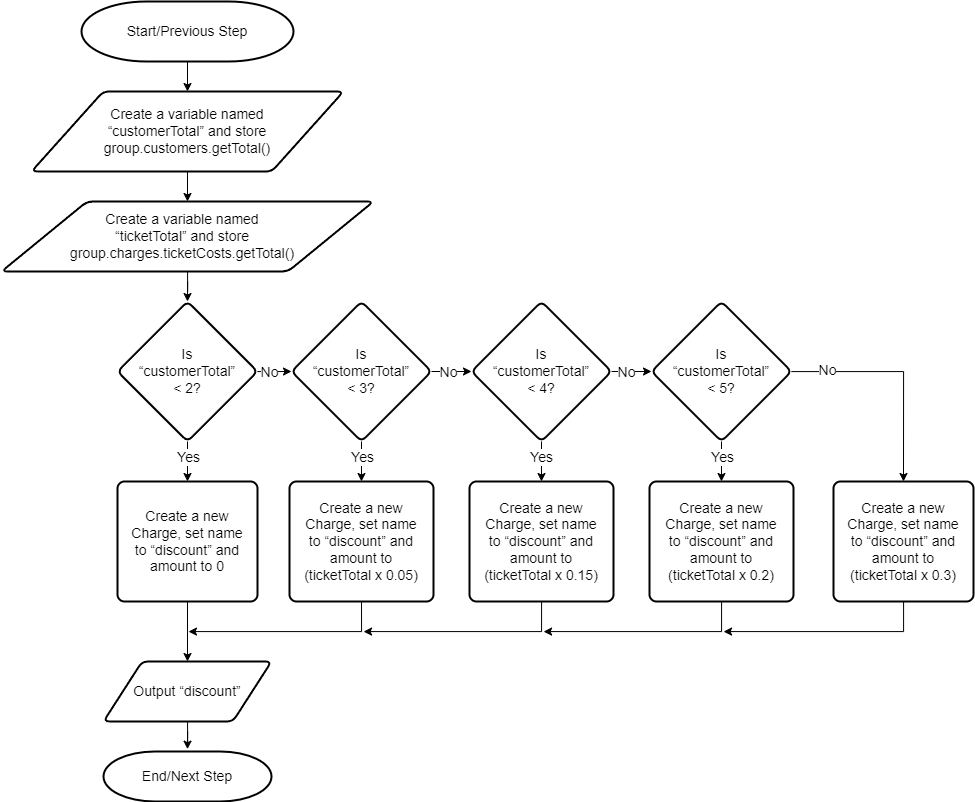
This is APS145NFF/W5/logic3-Luca Novello_part3.png from lucanovello/Winter-2024, a draw.io export, as it was before one commit. Source tidied: cells renumbered, new cells last; positions are measured from the earlier drawing's top-left corner, leaving out a move shared by most shapes.
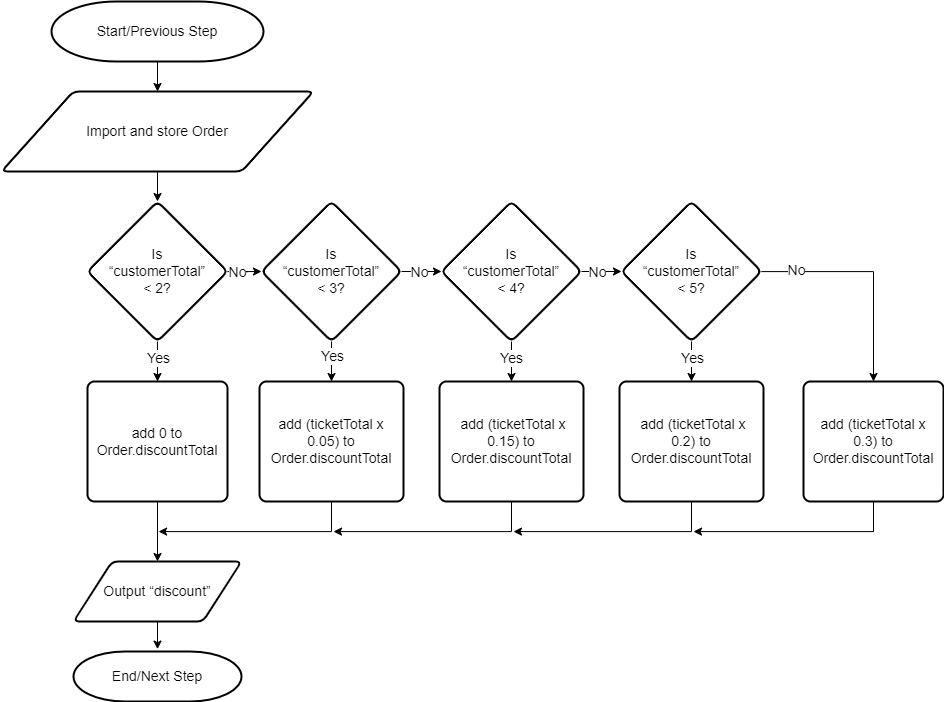
After the commit.

What changed in the source:
```diff
@@ -3,23 +3,17 @@
     <mxCell id="0" />
     <mxCell id="1" parent="0" />
     <mxCell id="2" value="Start/Previous Step" style="strokeWidth=2;html=1;shape=mxgraph.flowchart.terminator;whiteSpace=wrap;spacing=10;spacingTop=0;spacingBottom=0;spacingLeft=0;spacingRight=0;fontSize=14;fontFamily=Helvetica;" parent="1" vertex="1">
-      <mxGeometry x="80" width="212" height="60" as="geometry" />
+      <mxGeometry x="80" y="100" width="212" height="60" as="geometry" />
     </mxCell>
     <mxCell id="3" style="endArrow=classic;html=1;rounded=0;exitX=0.5;exitY=1;exitDx=0;exitDy=0;exitPerimeter=0;entryX=0.5;entryY=0;entryDx=0;entryDy=0;fontSize=14;spacing=10;spacingTop=0;spacingLeft=0;spacingBottom=0;spacingRight=0;shadow=0;fontFamily=Helvetica;" parent="1" edge="1" source="2" target="5">
       <mxGeometry relative="1" as="geometry" />
     </mxCell>
-    <mxCell id="4" style="edgeStyle=orthogonalEdgeStyle;rounded=0;jettySize=auto;html=1;entryX=0.5;entryY=0;entryDx=0;entryDy=0;spacing=10;spacingTop=0;spacingBottom=0;spacingLeft=0;spacingRight=0;fontSize=14;exitX=0.5;exitY=1;exitDx=0;exitDy=0;shadow=0;fontFamily=Helvetica;" parent="1" edge="1" source="5" target="7">
-      <mxGeometry relative="1" as="geometry" />
-    </mxCell>
+    <mxCell id="41" style="edgeStyle=orthogonalEdgeStyle;rounded=0;jettySize=auto;html=1;" parent="1" edge="1" source="5" target="12">
+      <mxGeometry relative="1" as="geometry" />
+    </mxCell>
-    <mxCell id="5" value="&lt;div&gt;Create a variable named “customerTotal” and store group.customers.getTotal()&lt;/div&gt;&lt;div style=&quot;font-size: 14px;&quot;&gt;&lt;/div&gt;" style="shape=parallelogram;html=1;strokeWidth=2;perimeter=parallelogramPerimeter;whiteSpace=wrap;rounded=1;arcSize=12;size=0.23;spacingLeft=30;spacingRight=30;spacing=10;fontSize=14;spacingTop=0;spacingBottom=0;fontFamily=Helvetica;" parent="1" vertex="1">
-      <mxGeometry x="30" y="90" width="312" height="80" as="geometry" />
+    <mxCell id="5" value="&lt;div&gt;&lt;span id=&quot;docs-internal-guid-c15a8d08-7fff-c43d-7457-2aff1bdf36c7&quot;&gt;&lt;/span&gt;Import and store Order&lt;/div&gt;&lt;div style=&quot;font-size: 14px;&quot;&gt;&lt;/div&gt;" style="shape=parallelogram;html=1;strokeWidth=2;perimeter=parallelogramPerimeter;whiteSpace=wrap;rounded=1;arcSize=12;size=0.23;spacingLeft=30;spacingRight=30;spacing=10;fontSize=14;spacingTop=0;spacingBottom=0;fontFamily=Helvetica;" parent="1" vertex="1">
+      <mxGeometry x="30" y="190" width="312" height="80" as="geometry" />
     </mxCell>
-    <mxCell id="6" style="edgeStyle=orthogonalEdgeStyle;rounded=0;jettySize=auto;html=1;spacing=10;spacingTop=0;spacingBottom=0;spacingLeft=0;spacingRight=0;fontSize=14;shadow=0;fontFamily=Helvetica;entryX=0.5;entryY=0;entryDx=0;entryDy=0;" parent="1" edge="1" source="7" target="12">
-      <mxGeometry relative="1" as="geometry" />
-    </mxCell>
-    <mxCell id="7" value="&lt;div&gt;Create a variable named “ticketTotal” and store group.charges.ticketCosts.getTotal()&lt;/div&gt;" style="shape=parallelogram;html=1;strokeWidth=2;perimeter=parallelogramPerimeter;whiteSpace=wrap;rounded=1;arcSize=12;size=0.23;spacing=10;spacingTop=0;spacingBottom=0;spacingLeft=60;spacingRight=70;fontSize=14;align=center;fontFamily=Helvetica;" parent="1" vertex="1">
-      <mxGeometry y="200" width="372" height="70" as="geometry" />
-    </mxCell>
     <mxCell id="8" style="edgeStyle=orthogonalEdgeStyle;rounded=0;jettySize=auto;html=1;entryX=0;entryY=0.5;entryDx=0;entryDy=0;spacing=10;spacingTop=0;spacingBottom=0;spacingLeft=0;spacingRight=0;fontSize=14;shadow=0;fontFamily=Helvetica;" parent="1" edge="1" source="12" target="27">
       <mxGeometry relative="1" as="geometry" />
     </mxCell>
@@ -112,13 +106,13 @@
         </Array>
       </mxGeometry>
     </mxCell>
-    <mxCell id="32" value="Create a new Charge, set name to “discount” and amount to (ticketTotal x 0.15)" style="rounded=1;whiteSpace=wrap;html=1;absoluteArcSize=1;arcSize=14;strokeWidth=2;spacing=10;spacingTop=0;spacingBottom=0;spacingLeft=0;spacingRight=0;fontSize=14;fontFamily=Helvetica;" parent="1" vertex="1">
+    <mxCell id="32" value="&amp;nbsp;add (ticketTotal x 0.15) to Order.discountTotal" style="rounded=1;whiteSpace=wrap;html=1;absoluteArcSize=1;arcSize=14;strokeWidth=2;spacing=10;spacingTop=0;spacingBottom=0;spacingLeft=0;spacingRight=0;fontSize=14;fontFamily=Helvetica;" parent="1" vertex="1">
       <mxGeometry x="468" y="480" width="144" height="120" as="geometry" />
     </mxCell>
     <mxCell id="33" value="End/Next Step" style="strokeWidth=2;html=1;shape=mxgraph.flowchart.terminator;whiteSpace=wrap;spacing=10;spacingTop=0;spacingBottom=0;spacingLeft=0;spacingRight=0;fontSize=14;fontFamily=Helvetica;" parent="1" vertex="1">
       <mxGeometry x="102" y="750" width="168" height="50" as="geometry" />
     </mxCell>
-    <mxCell id="34" value="Create a new Charge, set name to “discount” and amount to (ticketTotal x 0.05)" style="rounded=1;whiteSpace=wrap;html=1;absoluteArcSize=1;arcSize=14;strokeWidth=2;spacing=10;spacingTop=0;spacingBottom=0;spacingLeft=0;spacingRight=0;fontSize=14;fontFamily=Helvetica;" parent="1" vertex="1">
+    <mxCell id="34" value="add (ticketTotal x 0.05) to Order.discountTotal" style="rounded=1;whiteSpace=wrap;html=1;absoluteArcSize=1;arcSize=14;strokeWidth=2;spacing=10;spacingTop=0;spacingBottom=0;spacingLeft=0;spacingRight=0;fontSize=14;fontFamily=Helvetica;" parent="1" vertex="1">
       <mxGeometry x="288" y="480" width="144" height="120" as="geometry" />
     </mxCell>
     <mxCell id="35" style="edgeStyle=orthogonalEdgeStyle;rounded=0;jettySize=auto;html=1;fontSize=14;spacing=10;spacingTop=0;spacingLeft=0;spacingBottom=0;spacingRight=0;shadow=0;fontFamily=Helvetica;" parent="1" edge="1" source="36">
@@ -130,7 +124,7 @@
         </Array>
       </mxGeometry>
     </mxCell>
-    <mxCell id="36" value="Create a new Charge, set name to “discount” and amount to (ticketTotal x 0.2)" style="rounded=1;whiteSpace=wrap;html=1;absoluteArcSize=1;arcSize=14;strokeWidth=2;spacing=10;spacingTop=0;spacingBottom=0;spacingLeft=0;spacingRight=0;fontSize=14;fontFamily=Helvetica;" parent="1" vertex="1">
+    <mxCell id="36" value="&amp;nbsp;add (ticketTotal x 0.2) to Order.discountTotal" style="rounded=1;whiteSpace=wrap;html=1;absoluteArcSize=1;arcSize=14;strokeWidth=2;spacing=10;spacingTop=0;spacingBottom=0;spacingLeft=0;spacingRight=0;fontSize=14;fontFamily=Helvetica;" parent="1" vertex="1">
       <mxGeometry x="648" y="480" width="144" height="120" as="geometry" />
     </mxCell>
     <mxCell id="37" style="edgeStyle=orthogonalEdgeStyle;rounded=0;jettySize=auto;html=1;fontSize=14;spacing=10;spacingTop=0;spacingLeft=0;spacingBottom=0;spacingRight=0;shadow=0;fontFamily=Helvetica;" parent="1" edge="1" source="38">
@@ -142,13 +136,13 @@
         </Array>
       </mxGeometry>
     </mxCell>
-    <mxCell id="38" value="Create a new Charge, set name to “discount” and amount to (ticketTotal x 0.3)" style="rounded=1;whiteSpace=wrap;html=1;absoluteArcSize=1;arcSize=14;strokeWidth=2;spacing=10;spacingTop=0;spacingBottom=0;spacingLeft=0;spacingRight=0;fontSize=14;fontFamily=Helvetica;" parent="1" vertex="1">
+    <mxCell id="38" value="add (ticketTotal x 0.3) to Order.discountTotal" style="rounded=1;whiteSpace=wrap;html=1;absoluteArcSize=1;arcSize=14;strokeWidth=2;spacing=10;spacingTop=0;spacingBottom=0;spacingLeft=0;spacingRight=0;fontSize=14;fontFamily=Helvetica;" parent="1" vertex="1">
       <mxGeometry x="832" y="480" width="140" height="120" as="geometry" />
     </mxCell>
     <mxCell id="39" style="edgeStyle=orthogonalEdgeStyle;rounded=0;jettySize=auto;html=1;fontSize=14;shadow=0;fontFamily=Helvetica;" parent="1" edge="1" source="40" target="29">
       <mxGeometry relative="1" as="geometry" />
     </mxCell>
-    <mxCell id="40" value="Create a new Charge, set name to “discount” and amount to 0" style="rounded=1;whiteSpace=wrap;html=1;absoluteArcSize=1;arcSize=14;strokeWidth=2;spacing=10;spacingTop=0;spacingBottom=0;spacingLeft=0;spacingRight=0;fontSize=14;fontFamily=Helvetica;" parent="1" vertex="1">
+    <mxCell id="40" value="add 0 to Order.discountTotal" style="rounded=1;whiteSpace=wrap;html=1;absoluteArcSize=1;arcSize=14;strokeWidth=2;spacing=10;spacingTop=0;spacingBottom=0;spacingLeft=0;spacingRight=0;fontSize=14;fontFamily=Helvetica;" parent="1" vertex="1">
       <mxGeometry x="116" y="480" width="140" height="120" as="geometry" />
     </mxCell>
   </root>
```
